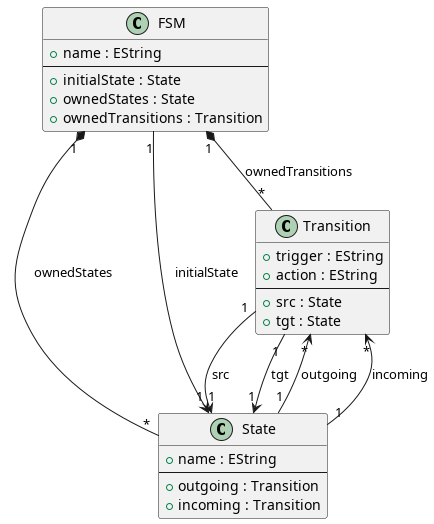
Above: ase/diagram.png in stephaniechallita/stephaniechallita.github.io (PlantUML), before the change. Source of this version:
```plantuml
@startuml

class FSM {
  + name : EString
  --
  + initialState : State
  + ownedStates : State
  + ownedTransitions : Transition
}

class State {
  + name : EString
  --
  + outgoing : Transition
  + incoming : Transition
}

class Transition {
  + trigger : EString
  + action : EString
  --
  + src : State
  + tgt : State
}

FSM "1" *-- "*" State : ownedStates
FSM "1" *-- "*" Transition : ownedTransitions
FSM "1" --> "1" State : initialState

Transition "1" --> "1" State : src
Transition "1" --> "1" State : tgt

Transition "*" <-- "1" State : outgoing
Transition "*" <-- "1" State : incoming


@enduml
```
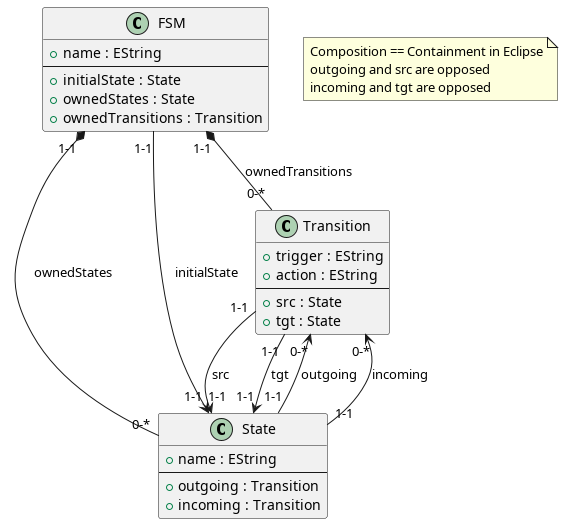
After the commit.

What changed in the source:
```diff
@@ -23,15 +23,21 @@
   + tgt : State
 }
 
-FSM "1" *-- "*" State : ownedStates
-FSM "1" *-- "*" Transition : ownedTransitions
-FSM "1" --> "1" State : initialState
+FSM "1-1" *-- "0-*" State : ownedStates
+FSM "1-1" *-- "0-*" Transition : ownedTransitions
+FSM "1-1" --> "1-1" State : initialState
 
-Transition "1" --> "1" State : src
-Transition "1" --> "1" State : tgt
+Transition "1-1" --> "1-1" State : src
+Transition "1-1" --> "1-1" State : tgt
 
-Transition "*" <-- "1" State : outgoing
-Transition "*" <-- "1" State : incoming
+Transition "0-*" <-- "1-1" State : outgoing
+Transition "0-*" <-- "1-1" State : incoming
 
 
+note as N1
+  Composition == Containment in Eclipse
+  outgoing and src are opposed
+  incoming and tgt are opposed
+end note
+
 @enduml
```
